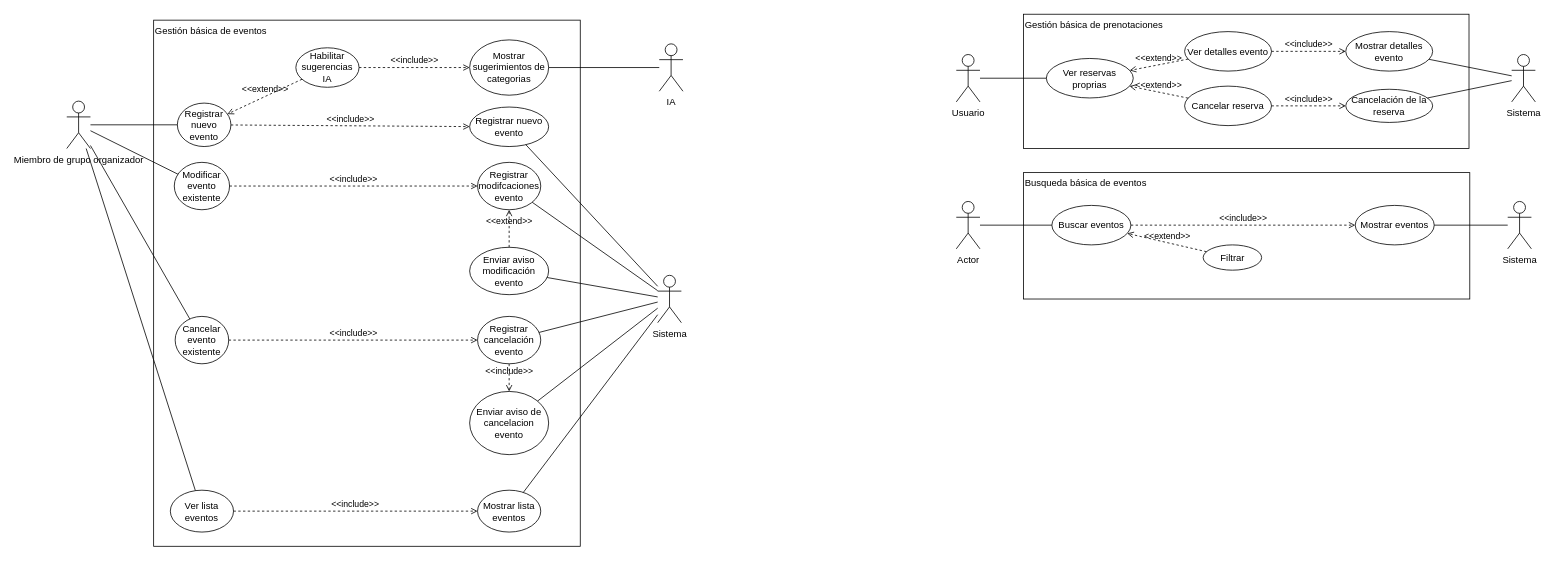
This is docs/diagrams/use-case/use-case-diagram.es.drawio from a-mayb3/group_n_meet_backend, a draw.io file, before an edit. Source tidied: cells renumbered, new cells numbered last; positions are measured from the earlier drawing's top-left corner, leaving out a move shared by most shapes. Both pictures are drawn from the tidied source at 79%, with x=0, y=0 at pixel (66, 13).
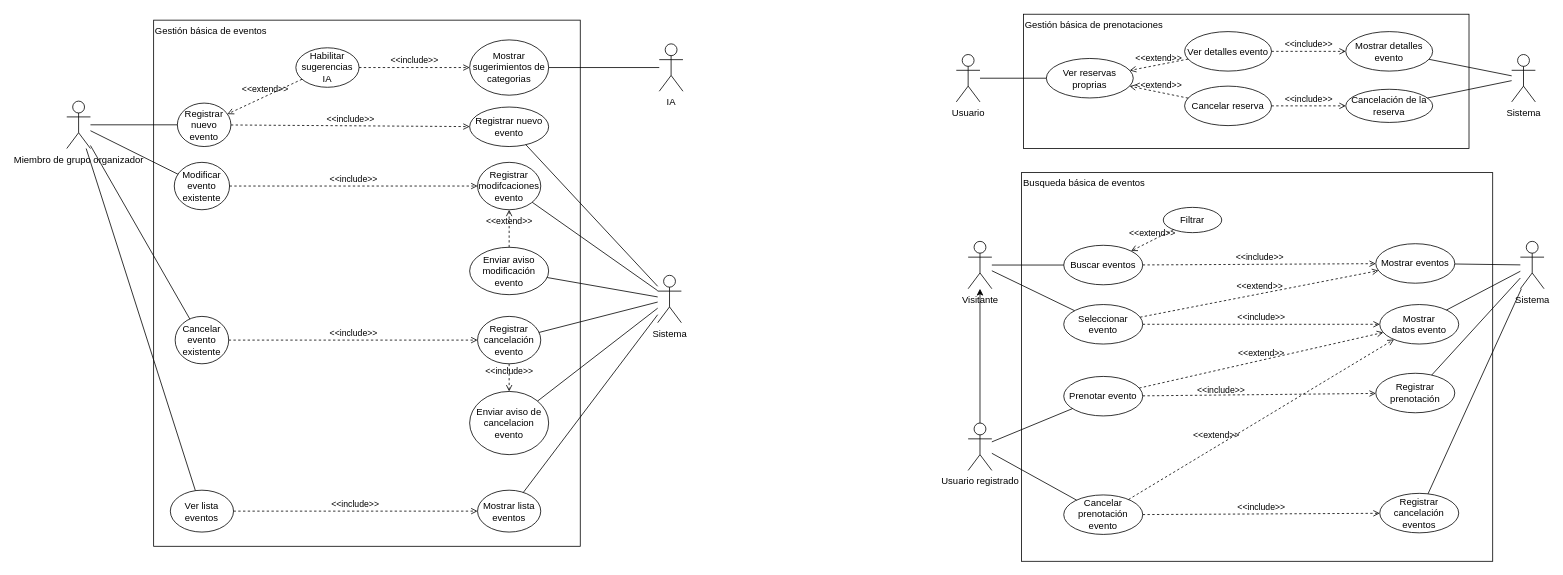
Above is the later version.

Commit message:
Expandido sistema de búsqueda y reserva de eventos

Change to the diagram source:
```diff
@@
     <mxCell id="2" value="Busqueda básica de eventos" style="rounded=0;whiteSpace=wrap;html=1;align=left;verticalAlign=top;" parent="1" vertex="1">
-      <mxGeometry x="1211" y="201" width="565" height="160" as="geometry" />
+      <mxGeometry x="1208.5" y="201" width="596.5" height="492" as="geometry" />
     </mxCell>
@@
     <mxCell id="51" value="Sistema" style="shape=umlActor;verticalLabelPosition=bottom;verticalAlign=top;html=1;" parent="1" vertex="1">
-      <mxGeometry x="1824" y="237.5" width="30" height="60" as="geometry" />
+      <mxGeometry x="1840" y="288" width="30" height="60" as="geometry" />
     </mxCell>
@@
-    <mxCell id="54" value="Actor" style="shape=umlActor;verticalLabelPosition=bottom;verticalAlign=top;html=1;outlineConnect=0;" parent="1" vertex="1">
-      <mxGeometry x="1126" y="237.5" width="30" height="60" as="geometry" />
+    <mxCell id="54" value="Visitante" style="shape=umlActor;verticalLabelPosition=bottom;verticalAlign=top;html=1;outlineConnect=0;" parent="1" vertex="1">
+      <mxGeometry x="1141" y="288" width="30" height="60" as="geometry" />
     </mxCell>
+    <mxCell id="63" value="Usuario registrado" style="shape=umlActor;verticalLabelPosition=bottom;verticalAlign=top;html=1;outlineConnect=0;" parent="1" vertex="1">
+      <mxGeometry x="1141" y="518" width="30" height="60" as="geometry" />
+    </mxCell>
     <mxCell id="55" value="Buscar eventos" style="ellipse;whiteSpace=wrap;html=1;" parent="1" vertex="1">
-      <mxGeometry x="1247" y="242.5" width="100" height="50" as="geometry" />
+      <mxGeometry x="1262" y="293" width="100" height="50" as="geometry" />
     </mxCell>
     <mxCell id="56" value="Filtrar" style="ellipse;whiteSpace=wrap;html=1;" parent="1" vertex="1">
-      <mxGeometry x="1438.5" y="292.5" width="74" height="32" as="geometry" />
+      <mxGeometry x="1388" y="245" width="74" height="32" as="geometry" />
     </mxCell>
@@
     <mxCell id="59" value="Mostrar eventos" style="ellipse;whiteSpace=wrap;html=1;" parent="1" vertex="1">
-      <mxGeometry x="1631" y="242.5" width="100" height="50" as="geometry" />
+      <mxGeometry x="1657" y="291" width="100" height="50" as="geometry" />
     </mxCell>
+    <mxCell id="64" value="Mostrar datos&amp;nbsp;&lt;span style=&quot;background-color: transparent; color: light-dark(rgb(0, 0, 0), rgb(255, 255, 255));&quot;&gt;evento&lt;/span&gt;" style="ellipse;whiteSpace=wrap;html=1;" parent="1" vertex="1">
+      <mxGeometry x="1662" y="368" width="100" height="50" as="geometry" />
+    </mxCell>
+    <mxCell id="65" value="Prenotar evento" style="ellipse;whiteSpace=wrap;html=1;" parent="1" vertex="1">
+      <mxGeometry x="1262" y="459" width="100" height="50" as="geometry" />
+    </mxCell>
+    <mxCell id="66" value="Cancelar prenotación evento" style="ellipse;whiteSpace=wrap;html=1;" parent="1" vertex="1">
+      <mxGeometry x="1262" y="609" width="100" height="50" as="geometry" />
+    </mxCell>
+    <mxCell id="67" value="Seleccionar evento" style="ellipse;whiteSpace=wrap;html=1;" parent="1" vertex="1">
+      <mxGeometry x="1262" y="368" width="100" height="50" as="geometry" />
+    </mxCell>
@@
+    <mxCell id="68" value="&amp;lt;&amp;lt;include&amp;gt;&amp;gt;" style="html=1;verticalAlign=bottom;labelBackgroundColor=none;endArrow=open;endFill=0;dashed=1;rounded=0;" parent="1" edge="1" source="67" target="64">
+      <mxGeometry relative="1" as="geometry" />
+    </mxCell>
+    <mxCell id="69" value="&amp;lt;&amp;lt;extend&amp;gt;&amp;gt;" style="html=1;verticalAlign=bottom;labelBackgroundColor=none;endArrow=open;endFill=0;dashed=1;rounded=0;" parent="1" edge="1" source="67" target="59">
+      <mxGeometry relative="1" as="geometry" />
+    </mxCell>
+    <mxCell id="70" style="endArrow=none;html=1;rounded=0;" parent="1" edge="1" source="67" target="54">
+      <mxGeometry relative="1" as="geometry" />
+    </mxCell>
+    <mxCell id="71" style="endArrow=none;html=1;rounded=0;" parent="1" edge="1" source="51" target="64">
+      <mxGeometry relative="1" as="geometry" />
+    </mxCell>
+    <mxCell id="72" value="&amp;lt;&amp;lt;extend&amp;gt;&amp;gt;" style="html=1;verticalAlign=bottom;labelBackgroundColor=none;endArrow=open;endFill=0;dashed=1;rounded=0;" parent="1" edge="1" source="65" target="64">
+      <mxGeometry relative="1" as="geometry" />
+    </mxCell>
+    <mxCell id="73" value="Registrar prenotación" style="ellipse;whiteSpace=wrap;html=1;" parent="1" vertex="1">
+      <mxGeometry x="1657" y="455" width="100" height="50" as="geometry" />
+    </mxCell>
+    <mxCell id="74" value="&amp;lt;&amp;lt;include&amp;gt;&amp;gt;" style="html=1;verticalAlign=bottom;labelBackgroundColor=none;endArrow=open;endFill=0;dashed=1;rounded=0;" parent="1" edge="1" source="65" target="73">
+      <mxGeometry x="-0.33" y="-3" relative="1" as="geometry" />
+    </mxCell>
+    <mxCell id="75" style="endArrow=none;html=1;rounded=0;" parent="1" edge="1" source="51" target="73">
+      <mxGeometry relative="1" as="geometry" />
+    </mxCell>
+    <mxCell id="76" style="endArrow=none;html=1;rounded=0;" parent="1" edge="1" source="51" target="77">
+      <mxGeometry relative="1" as="geometry" />
+    </mxCell>
+    <mxCell id="77" value="Registrar cancelación eventos" style="ellipse;whiteSpace=wrap;html=1;" parent="1" vertex="1">
+      <mxGeometry x="1662" y="607" width="100" height="50" as="geometry" />
+    </mxCell>
+    <mxCell id="78" value="&amp;lt;&amp;lt;include&amp;gt;&amp;gt;" style="html=1;verticalAlign=bottom;labelBackgroundColor=none;endArrow=open;endFill=0;dashed=1;rounded=0;" parent="1" edge="1" source="66" target="77">
+      <mxGeometry relative="1" as="geometry" />
+    </mxCell>
+    <mxCell id="79" value="&amp;lt;&amp;lt;extend&amp;gt;&amp;gt;" style="html=1;verticalAlign=bottom;labelBackgroundColor=none;endArrow=open;endFill=0;dashed=1;rounded=0;" parent="1" edge="1" source="66" target="64">
+      <mxGeometry x="-0.32" y="5" relative="1" as="geometry">
+        <mxPoint y="1" as="offset" />
+      </mxGeometry>
+    </mxCell>
+    <mxCell id="80" style="endArrow=classic;html=1;rounded=0;" parent="1" edge="1" source="63" target="54">
+      <mxGeometry relative="1" as="geometry" />
+    </mxCell>
+    <mxCell id="81" style="endArrow=none;html=1;rounded=0;" parent="1" edge="1" source="65" target="63">
+      <mxGeometry relative="1" as="geometry" />
+    </mxCell>
+    <mxCell id="82" style="endArrow=none;html=1;rounded=0;" parent="1" edge="1" source="66" target="63">
+      <mxGeometry relative="1" as="geometry" />
+    </mxCell>
```
